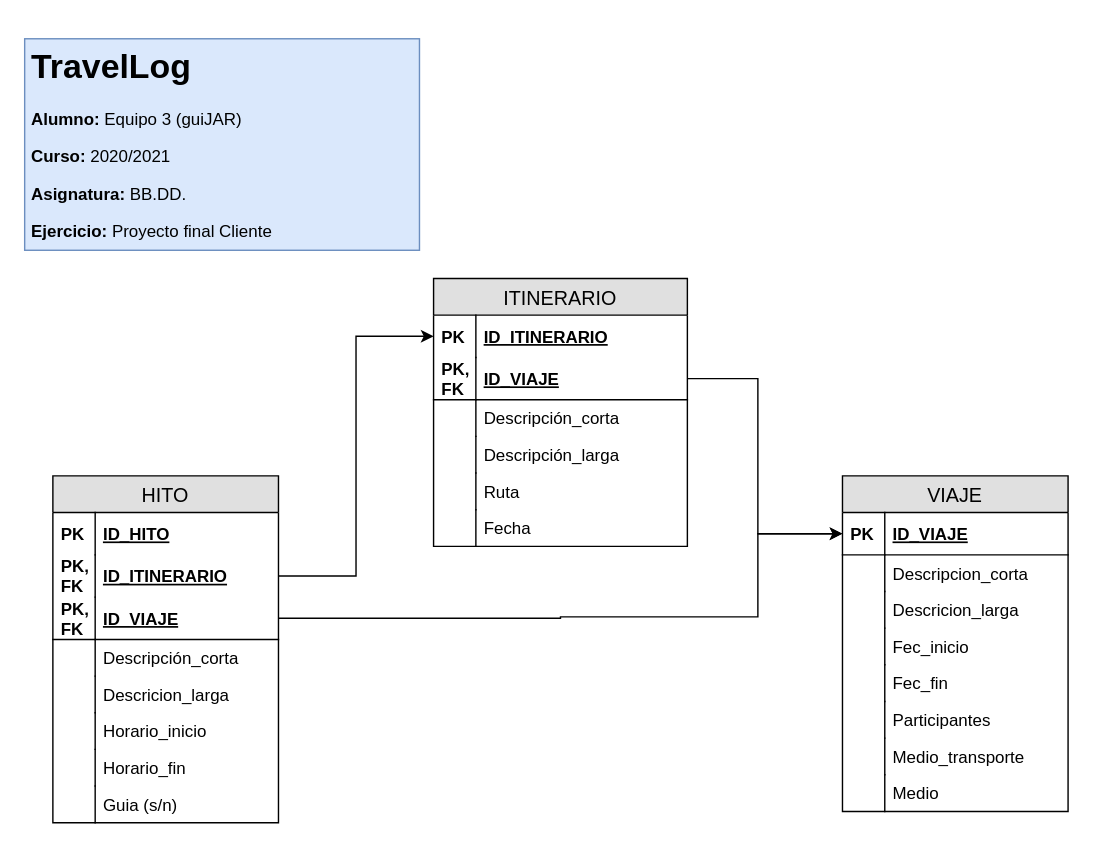
Above: TravelLog.drawio in antonio-aguilar/Proyecto-DWEC (draw.io), before the change. Source tidied: cells renumbered, new cells numbered last; positions are measured from the earlier drawing's top-left corner, leaving out a move shared by most shapes. Both pictures are drawn from the tidied source at 141%, with x=0, y=0 at pixel (24, 38).
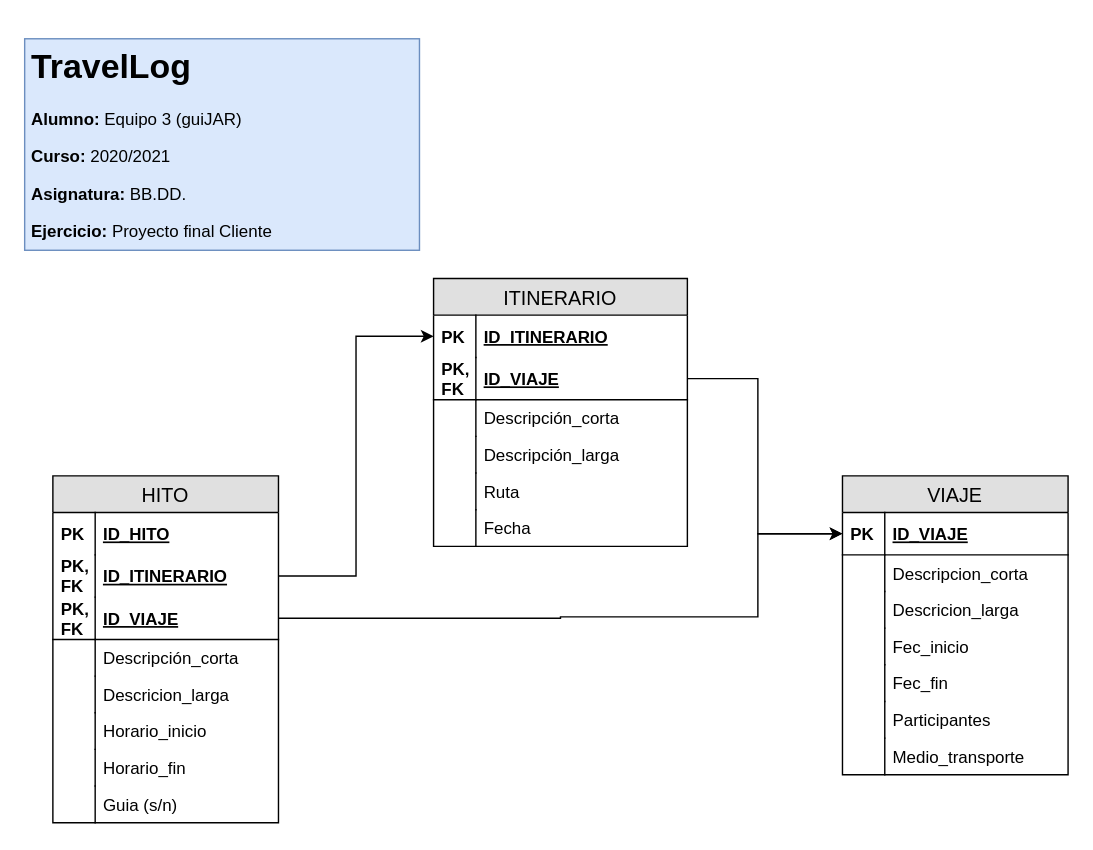
The same page after the edit.

Change to the diagram source:
```diff
@@
     <mxCell id="16" value="VIAJE" style="swimlane;fontStyle=0;horizontal=1;startSize=26;fillColor=#e0e0e0;swimlaneFillColor=#ffffff;align=center;fontSize=14;" parent="1" vertex="1">
-      <mxGeometry x="580" y="310" width="160" height="238" as="geometry" />
+      <mxGeometry x="580" y="310" width="160" height="212" as="geometry" />
     </mxCell>
@@
-    <mxCell id="31" value="Medio" style="shape=partialRectangle;top=0;left=0;right=0;bottom=0;align=left;verticalAlign=top;fillColor=none;spacingLeft=34;spacingRight=4;overflow=hidden;fontSize=12;" parent="16" vertex="1">
-      <mxGeometry y="212" width="160" height="26" as="geometry" />
-    </mxCell>
-    <mxCell id="32" style="shape=partialRectangle;top=0;left=0;bottom=0;fillColor=none;align=left;verticalAlign=top;spacingLeft=4;spacingRight=4;overflow=hidden;fontSize=12;" parent="31" vertex="1">
-      <mxGeometry width="30" height="26" as="geometry" />
-    </mxCell>
```
